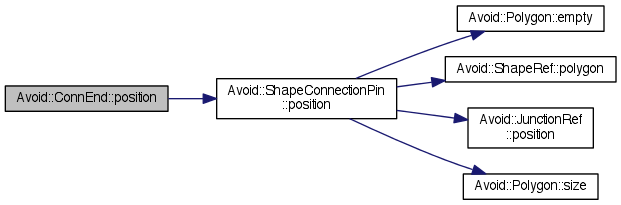
This is documentation/classAvoid_1_1ConnEnd_a76b8fc2d233cff0925b0fa3fc47e61d8_cgraph.png from mjwybrow/adaptagrams, a Graphviz export, as it was before one commit. Its source is kept beside it as documentation/classAvoid_1_1ConnEnd_a76b8fc2d233cff0925b0fa3fc47e61d8_cgraph.dot. Its diagram source:
```dot
digraph "Avoid::ConnEnd::position"
{
  edge [fontname="Helvetica",fontsize="10",labelfontname="Helvetica",labelfontsize="10"];
  node [fontname="Helvetica",fontsize="10",shape=record];
  rankdir="LR";
  Node1 [label="Avoid::ConnEnd::position",height=0.2,width=0.4,color="black", fillcolor="grey75", style="filled" fontcolor="black"];
  Node1 -> Node2 [color="midnightblue",fontsize="10",style="solid",fontname="Helvetica"];
  Node2 [label="Avoid::ShapeConnectionPin\l::position",height=0.2,width=0.4,color="black", fillcolor="white", style="filled",URL="$classAvoid_1_1ShapeConnectionPin.html#ad2b8489330ed961df41adad3e4a5f88d",tooltip="Returns the position of this connection pin."];
  Node2 -> Node3 [color="midnightblue",fontsize="10",style="solid",fontname="Helvetica"];
  Node3 [label="Avoid::Polygon::empty",height=0.2,width=0.4,color="black", fillcolor="white", style="filled",URL="$classAvoid_1_1Polygon.html#a972b0d1e8116907610b4a52973b255f4",tooltip="Returns true if this polygon is empty."];
  Node2 -> Node4 [color="midnightblue",fontsize="10",style="solid",fontname="Helvetica"];
  Node4 [label="Avoid::ShapeRef::polygon",height=0.2,width=0.4,color="black", fillcolor="white", style="filled",URL="$classAvoid_1_1ShapeRef.html#a7fc77a8dfd21e19d911266258253c429",tooltip="Returns a reference to the polygon boundary of this shape."];
  Node2 -> Node5 [color="midnightblue",fontsize="10",style="solid",fontname="Helvetica"];
  Node5 [label="Avoid::JunctionRef\l::position",height=0.2,width=0.4,color="black", fillcolor="white", style="filled",URL="$classAvoid_1_1JunctionRef.html#afaceb9ae01d3283636b188160fb1409b",tooltip="Returns the position of this junction."];
  Node2 -> Node6 [color="midnightblue",fontsize="10",style="solid",fontname="Helvetica"];
  Node6 [label="Avoid::Polygon::size",height=0.2,width=0.4,color="black", fillcolor="white", style="filled",URL="$classAvoid_1_1Polygon.html#a58c011bded47396fb1bbda2c1eeb9552",tooltip="Returns the number of points in this polygon."];
}
```
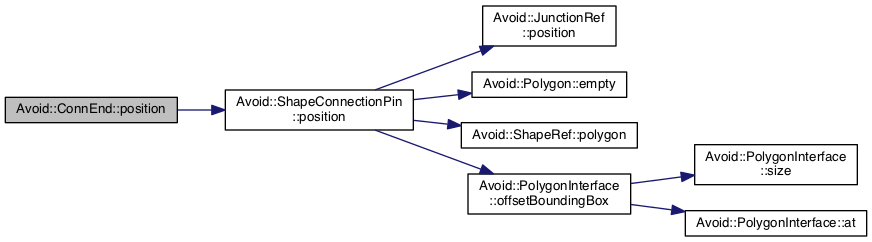
Later version of the same file.

Diff of the diagram source:
```diff
@@ -3,15 +3,19 @@
   edge [fontname="Helvetica",fontsize="10",labelfontname="Helvetica",labelfontsize="10"];
   node [fontname="Helvetica",fontsize="10",shape=record];
   rankdir="LR";
-  Node1 [label="Avoid::ConnEnd::position",height=0.2,width=0.4,color="black", fillcolor="grey75", style="filled" fontcolor="black"];
+  Node1 [label="Avoid::ConnEnd::position",height=0.2,width=0.4,color="black", fillcolor="grey75", style="filled", fontcolor="black"];
   Node1 -> Node2 [color="midnightblue",fontsize="10",style="solid",fontname="Helvetica"];
-  Node2 [label="Avoid::ShapeConnectionPin\l::position",height=0.2,width=0.4,color="black", fillcolor="white", style="filled",URL="$classAvoid_1_1ShapeConnectionPin.html#ad2b8489330ed961df41adad3e4a5f88d",tooltip="Returns the position of this connection pin."];
+  Node2 [label="Avoid::ShapeConnectionPin\l::position",height=0.2,width=0.4,color="black", fillcolor="white", style="filled",URL="$classAvoid_1_1ShapeConnectionPin.html#ad2b8489330ed961df41adad3e4a5f88d",tooltip="Returns the position of this connection pin. "];
   Node2 -> Node3 [color="midnightblue",fontsize="10",style="solid",fontname="Helvetica"];
-  Node3 [label="Avoid::Polygon::empty",height=0.2,width=0.4,color="black", fillcolor="white", style="filled",URL="$classAvoid_1_1Polygon.html#a972b0d1e8116907610b4a52973b255f4",tooltip="Returns true if this polygon is empty."];
+  Node3 [label="Avoid::JunctionRef\l::position",height=0.2,width=0.4,color="black", fillcolor="white", style="filled",URL="$classAvoid_1_1JunctionRef.html#afaceb9ae01d3283636b188160fb1409b",tooltip="Returns the position of this junction. "];
   Node2 -> Node4 [color="midnightblue",fontsize="10",style="solid",fontname="Helvetica"];
-  Node4 [label="Avoid::ShapeRef::polygon",height=0.2,width=0.4,color="black", fillcolor="white", style="filled",URL="$classAvoid_1_1ShapeRef.html#a7fc77a8dfd21e19d911266258253c429",tooltip="Returns a reference to the polygon boundary of this shape."];
+  Node4 [label="Avoid::Polygon::empty",height=0.2,width=0.4,color="black", fillcolor="white", style="filled",URL="$classAvoid_1_1Polygon.html#a972b0d1e8116907610b4a52973b255f4",tooltip="Returns true if this polygon is empty. "];
   Node2 -> Node5 [color="midnightblue",fontsize="10",style="solid",fontname="Helvetica"];
-  Node5 [label="Avoid::JunctionRef\l::position",height=0.2,width=0.4,color="black", fillcolor="white", style="filled",URL="$classAvoid_1_1JunctionRef.html#afaceb9ae01d3283636b188160fb1409b",tooltip="Returns the position of this junction."];
+  Node5 [label="Avoid::ShapeRef::polygon",height=0.2,width=0.4,color="black", fillcolor="white", style="filled",URL="$classAvoid_1_1ShapeRef.html#a7fc77a8dfd21e19d911266258253c429",tooltip="Returns a reference to the polygon boundary of this shape. "];
   Node2 -> Node6 [color="midnightblue",fontsize="10",style="solid",fontname="Helvetica"];
-  Node6 [label="Avoid::Polygon::size",height=0.2,width=0.4,color="black", fillcolor="white", style="filled",URL="$classAvoid_1_1Polygon.html#a58c011bded47396fb1bbda2c1eeb9552",tooltip="Returns the number of points in this polygon."];
+  Node6 [label="Avoid::PolygonInterface\l::offsetBoundingBox",height=0.2,width=0.4,color="black", fillcolor="white", style="filled",URL="$classAvoid_1_1PolygonInterface.html#af92b37a9eddfc22618faf49f74aa0df7",tooltip="Returns the bounding rectangle that contains this polygon with optionally some buffer space around it..."];
+  Node6 -> Node7 [color="midnightblue",fontsize="10",style="solid",fontname="Helvetica"];
+  Node7 [label="Avoid::PolygonInterface\l::size",height=0.2,width=0.4,color="black", fillcolor="white", style="filled",URL="$classAvoid_1_1PolygonInterface.html#ab191f5c82a665cc074576bae9f304e8d",tooltip="Returns the number of points in this polygon. "];
+  Node6 -> Node8 [color="midnightblue",fontsize="10",style="solid",fontname="Helvetica"];
+  Node8 [label="Avoid::PolygonInterface::at",height=0.2,width=0.4,color="black", fillcolor="white", style="filled",URL="$classAvoid_1_1PolygonInterface.html#a951dedf93a692fc9dccdada741d9ebe5",tooltip="Returns a specific point in the polygon. "];
 }
```
